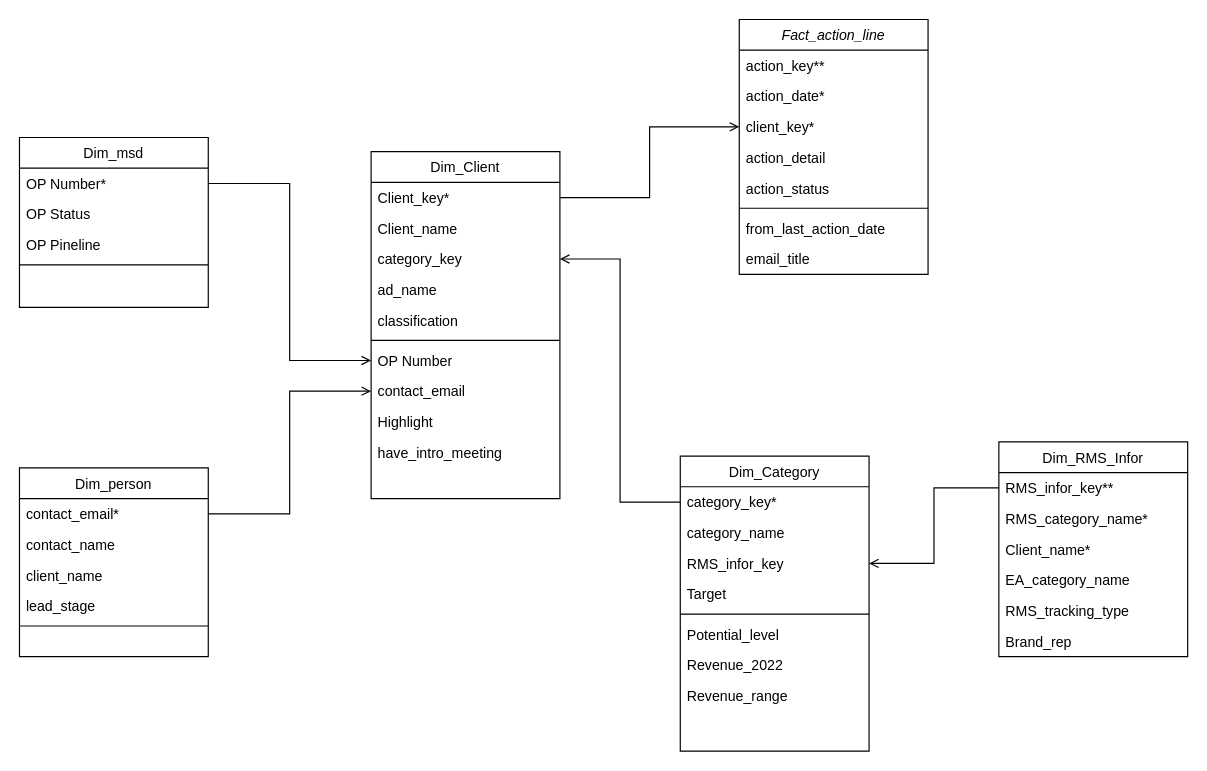
Before: CRM NIQ.drawio in DucTran3110/data_warehouse_course, a draw.io diagram. Source tidied: cells renumbered, new cells numbered last; positions are measured from the earlier drawing's top-left corner, leaving out a move shared by most shapes. Both pictures are drawn from the tidied source at 118%, with x=0, y=0 at pixel (19, 19).
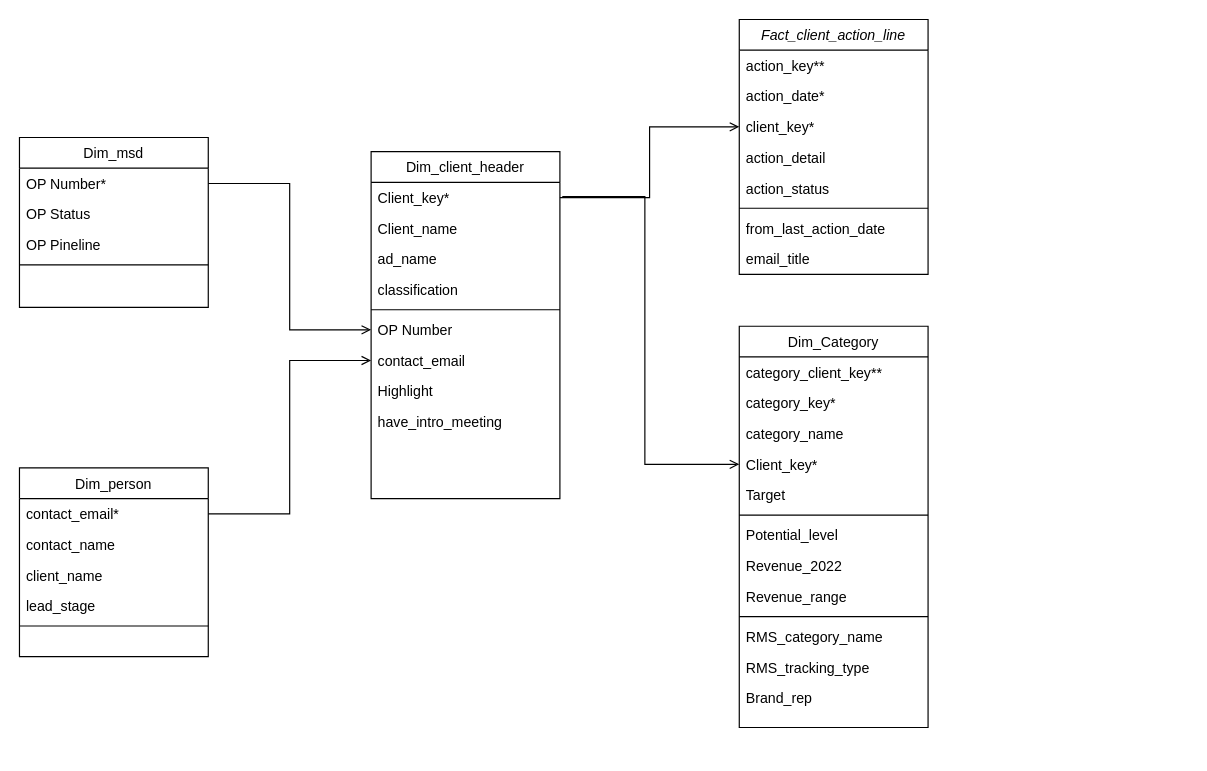
Above is the later version.

The edit, as a diff of the source:
```diff
@@
-    <mxCell id="2" value="Fact_action_line" style="swimlane;fontStyle=2;align=center;verticalAlign=top;horizontal=1;startSize=26;rounded=0;shadow=0;strokeWidth=1;" parent="1" vertex="1">
+    <mxCell id="2" value="Fact_client_action_line" style="swimlane;fontStyle=2;align=center;verticalAlign=top;horizontal=1;startSize=26;rounded=0;shadow=0;strokeWidth=1;" parent="1" vertex="1">
       <mxGeometry x="610" width="160" height="216" as="geometry" />
     </mxCell>
@@
-    <mxCell id="11" value="Dim_Client" style="swimlane;fontStyle=0;align=center;verticalAlign=top;horizontal=1;startSize=26;rounded=0;shadow=0;strokeWidth=1;" parent="1" vertex="1">
+    <mxCell id="11" value="Dim_client_header" style="swimlane;fontStyle=0;align=center;verticalAlign=top;horizontal=1;startSize=26;rounded=0;shadow=0;strokeWidth=1;" parent="1" vertex="1">
       <mxGeometry x="298" y="112" width="160" height="294" as="geometry" />
     </mxCell>
@@
-    <mxCell id="14" value="category_key" style="text;align=left;verticalAlign=top;spacingLeft=4;spacingRight=4;overflow=hidden;points=[[0,0.5],[1,0.5]];portConstraint=eastwest;" parent="11" vertex="1">
-      <mxGeometry y="78" width="160" height="26" as="geometry" />
-    </mxCell>
     <mxCell id="15" value="ad_name" style="text;align=left;verticalAlign=top;spacingLeft=4;spacingRight=4;overflow=hidden;rounded=0;shadow=0;html=0;" parent="11" vertex="1">
-      <mxGeometry y="104" width="160" height="26" as="geometry" />
+      <mxGeometry y="78" width="160" height="26" as="geometry" />
     </mxCell>
     <mxCell id="16" value="classification" style="text;align=left;verticalAlign=top;spacingLeft=4;spacingRight=4;overflow=hidden;rounded=0;shadow=0;html=0;" parent="11" vertex="1">
-      <mxGeometry y="130" width="160" height="26" as="geometry" />
+      <mxGeometry y="104" width="160" height="26" as="geometry" />
     </mxCell>
     <mxCell id="17" style="line;html=1;strokeWidth=1;align=left;verticalAlign=middle;spacingTop=-1;spacingLeft=3;spacingRight=3;labelPosition=right;" parent="11" vertex="1">
-      <mxGeometry y="156" width="160" height="8" as="geometry" />
+      <mxGeometry y="130" width="160" height="8" as="geometry" />
     </mxCell>
     <mxCell id="18" value="OP Number" style="text;align=left;verticalAlign=top;spacingLeft=4;spacingRight=4;overflow=hidden;points=[[0,0.5],[1,0.5]];portConstraint=eastwest;rounded=0;shadow=0;html=0;" parent="11" vertex="1">
-      <mxGeometry y="164" width="160" height="26" as="geometry" />
+      <mxGeometry y="138" width="160" height="26" as="geometry" />
     </mxCell>
     <mxCell id="19" value="contact_email" style="text;align=left;verticalAlign=top;spacingLeft=4;spacingRight=4;overflow=hidden;points=[[0,0.5],[1,0.5]];portConstraint=eastwest;rounded=0;shadow=0;html=0;" parent="11" vertex="1">
-      <mxGeometry y="190" width="160" height="26" as="geometry" />
+      <mxGeometry y="164" width="160" height="26" as="geometry" />
     </mxCell>
     <mxCell id="20" value="Highlight" style="text;align=left;verticalAlign=top;spacingLeft=4;spacingRight=4;overflow=hidden;rounded=0;shadow=0;html=0;" parent="11" vertex="1">
-      <mxGeometry y="216" width="160" height="26" as="geometry" />
+      <mxGeometry y="190" width="160" height="26" as="geometry" />
     </mxCell>
     <mxCell id="21" value="have_intro_meeting" style="text;align=left;verticalAlign=top;spacingLeft=4;spacingRight=4;overflow=hidden;" parent="11" vertex="1">
-      <mxGeometry y="242" width="160" height="26" as="geometry" />
+      <mxGeometry y="216" width="160" height="26" as="geometry" />
     </mxCell>
     <mxCell id="22" value="Dim_Category" style="swimlane;fontStyle=0;align=center;verticalAlign=top;horizontal=1;startSize=26;rounded=0;shadow=0;strokeWidth=1;" parent="1" vertex="1">
-      <mxGeometry x="560" y="370" width="160" height="250" as="geometry" />
+      <mxGeometry x="610" y="260" width="160" height="340" as="geometry" />
     </mxCell>
+    <mxCell id="54" value="category_client_key**" style="text;align=left;verticalAlign=top;spacingLeft=4;spacingRight=4;overflow=hidden;" parent="22" vertex="1">
+      <mxGeometry y="26" width="160" height="26" as="geometry" />
+    </mxCell>
     <mxCell id="23" value="category_key*" style="text;align=left;verticalAlign=top;spacingLeft=4;spacingRight=4;overflow=hidden;points=[[0,0.5],[1,0.5]];portConstraint=eastwest;" parent="22" vertex="1">
-      <mxGeometry y="26" width="160" height="26" as="geometry" />
+      <mxGeometry y="52" width="160" height="26" as="geometry" />
     </mxCell>
     <mxCell id="24" value="category_name" style="text;align=left;verticalAlign=top;spacingLeft=4;spacingRight=4;overflow=hidden;" parent="22" vertex="1">
-      <mxGeometry y="52" width="160" height="26" as="geometry" />
+      <mxGeometry y="78" width="160" height="26" as="geometry" />
     </mxCell>
-    <mxCell id="25" value="RMS_infor_key" style="text;align=left;verticalAlign=top;spacingLeft=4;spacingRight=4;overflow=hidden;points=[[0,0.5],[1,0.5]];portConstraint=eastwest;" parent="22" vertex="1">
-      <mxGeometry y="78" width="160" height="26" as="geometry" />
-    </mxCell>
+    <mxCell id="55" value="Client_key*" style="text;align=left;verticalAlign=top;spacingLeft=4;spacingRight=4;overflow=hidden;points=[[0,0.5],[1,0.5]];portConstraint=eastwest;" parent="22" vertex="1">
+      <mxGeometry y="104" width="160" height="26" as="geometry" />
+    </mxCell>
     <mxCell id="26" value="Target" style="text;align=left;verticalAlign=top;spacingLeft=4;spacingRight=4;overflow=hidden;rounded=0;shadow=0;html=0;" parent="22" vertex="1">
-      <mxGeometry y="104" width="160" height="26" as="geometry" />
+      <mxGeometry y="130" width="160" height="26" as="geometry" />
     </mxCell>
     <mxCell id="27" style="line;html=1;strokeWidth=1;align=left;verticalAlign=middle;spacingTop=-1;spacingLeft=3;spacingRight=3;labelPosition=right;" parent="22" vertex="1">
-      <mxGeometry y="130" width="160" height="8" as="geometry" />
+      <mxGeometry y="156" width="160" height="8" as="geometry" />
     </mxCell>
     <mxCell id="28" value="Potential_level" style="text;align=left;verticalAlign=top;spacingLeft=4;spacingRight=4;overflow=hidden;rounded=0;shadow=0;html=0;" parent="22" vertex="1">
-      <mxGeometry y="138" width="160" height="26" as="geometry" />
+      <mxGeometry y="164" width="160" height="26" as="geometry" />
     </mxCell>
     <mxCell id="29" value="Revenue_2022" style="text;align=left;verticalAlign=top;spacingLeft=4;spacingRight=4;overflow=hidden;rounded=0;shadow=0;html=0;" parent="22" vertex="1">
-      <mxGeometry y="164" width="160" height="26" as="geometry" />
+      <mxGeometry y="190" width="160" height="26" as="geometry" />
     </mxCell>
     <mxCell id="30" value="Revenue_range" style="text;align=left;verticalAlign=top;spacingLeft=4;spacingRight=4;overflow=hidden;rounded=0;shadow=0;html=0;" parent="22" vertex="1">
-      <mxGeometry y="190" width="160" height="26" as="geometry" />
+      <mxGeometry y="216" width="160" height="26" as="geometry" />
     </mxCell>
+    <mxCell id="56" style="line;html=1;strokeWidth=1;align=left;verticalAlign=middle;spacingTop=-1;spacingLeft=3;spacingRight=3;labelPosition=right;" parent="22" vertex="1">
+      <mxGeometry y="242" width="160" height="8" as="geometry" />
+    </mxCell>
+    <mxCell id="44" value="RMS_category_name" style="text;align=left;verticalAlign=top;spacingLeft=4;spacingRight=4;overflow=hidden;rounded=0;shadow=0;html=0;" parent="22" vertex="1">
+      <mxGeometry y="250" width="160" height="26" as="geometry" />
+    </mxCell>
+    <mxCell id="47" value="RMS_tracking_type" style="text;align=left;verticalAlign=top;spacingLeft=4;spacingRight=4;overflow=hidden;rounded=0;shadow=0;html=0;" parent="22" vertex="1">
+      <mxGeometry y="276" width="160" height="26" as="geometry" />
+    </mxCell>
+    <mxCell id="48" value="Brand_rep" style="text;align=left;verticalAlign=top;spacingLeft=4;spacingRight=4;overflow=hidden;rounded=0;shadow=0;html=0;" parent="22" vertex="1">
+      <mxGeometry y="302" width="160" height="26" as="geometry" />
+    </mxCell>
@@
-    <mxCell id="42" value="Dim_RMS_Infor" style="swimlane;fontStyle=0;align=center;verticalAlign=top;horizontal=1;startSize=26;rounded=0;shadow=0;strokeWidth=1;" parent="1" vertex="1">
-      <mxGeometry x="830" y="358" width="160" height="182" as="geometry" />
-    </mxCell>
-    <mxCell id="43" value="RMS_infor_key**" style="text;align=left;verticalAlign=top;spacingLeft=4;spacingRight=4;overflow=hidden;points=[[0,0.5],[1,0.5]];portConstraint=eastwest;" parent="42" vertex="1">
-      <mxGeometry y="26" width="160" height="26" as="geometry" />
-    </mxCell>
-    <mxCell id="44" value="RMS_category_name*" style="text;align=left;verticalAlign=top;spacingLeft=4;spacingRight=4;overflow=hidden;rounded=0;shadow=0;html=0;" parent="42" vertex="1">
-      <mxGeometry y="52" width="160" height="26" as="geometry" />
-    </mxCell>
-    <mxCell id="45" value="Client_name*" style="text;align=left;verticalAlign=top;spacingLeft=4;spacingRight=4;overflow=hidden;rounded=0;shadow=0;html=0;" parent="42" vertex="1">
-      <mxGeometry y="78" width="160" height="26" as="geometry" />
-    </mxCell>
-    <mxCell id="46" value="EA_category_name" style="text;align=left;verticalAlign=top;spacingLeft=4;spacingRight=4;overflow=hidden;" parent="42" vertex="1">
-      <mxGeometry y="104" width="160" height="26" as="geometry" />
-    </mxCell>
-    <mxCell id="47" value="RMS_tracking_type" style="text;align=left;verticalAlign=top;spacingLeft=4;spacingRight=4;overflow=hidden;rounded=0;shadow=0;html=0;" parent="42" vertex="1">
-      <mxGeometry y="130" width="160" height="26" as="geometry" />
-    </mxCell>
-    <mxCell id="48" value="Brand_rep" style="text;align=left;verticalAlign=top;spacingLeft=4;spacingRight=4;overflow=hidden;rounded=0;shadow=0;html=0;" parent="42" vertex="1">
-      <mxGeometry y="156" width="160" height="26" as="geometry" />
-    </mxCell>
-    <mxCell id="49" style="endArrow=open;shadow=0;strokeWidth=1;rounded=0;endFill=1;edgeStyle=elbowEdgeStyle;entryX=1;entryY=0.5;entryDx=0;entryDy=0;exitX=0;exitY=0.5;exitDx=0;exitDy=0;" parent="1" edge="1" source="43" target="25">
-      <mxGeometry x="0.5" y="41" relative="1" as="geometry">
-        <mxPoint x="-40" y="32" as="offset" />
-      </mxGeometry>
-    </mxCell>
@@
-    <mxCell id="52" style="endArrow=open;shadow=0;strokeWidth=1;rounded=0;endFill=1;edgeStyle=elbowEdgeStyle;entryX=1;entryY=0.5;entryDx=0;entryDy=0;exitX=0;exitY=0.5;exitDx=0;exitDy=0;" parent="1" edge="1" source="23" target="14">
-      <mxGeometry x="0.5" y="41" relative="1" as="geometry">
-        <mxPoint x="-40" y="32" as="offset" />
-      </mxGeometry>
-    </mxCell>
@@
+    <mxCell id="57" style="endArrow=open;shadow=0;strokeWidth=1;rounded=0;endFill=1;edgeStyle=elbowEdgeStyle;entryX=0;entryY=0.5;entryDx=0;entryDy=0;" parent="1" edge="1" target="55">
+      <mxGeometry x="0.5" y="41" relative="1" as="geometry">
+        <mxPoint x="460" y="150" as="sourcePoint" />
+        <Array as="points">
+          <mxPoint x="530" y="240" />
+        </Array>
+        <mxPoint x="-40" y="32" as="offset" />
+      </mxGeometry>
+    </mxCell>
```
